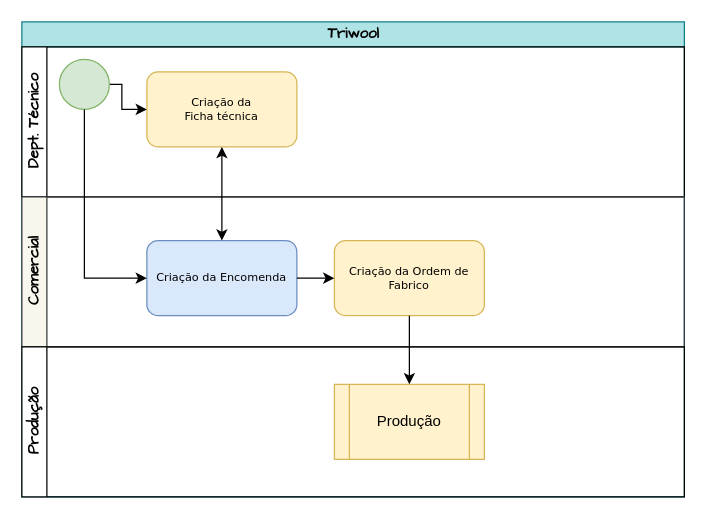
This is FichaTecnica_Triwool.drawio from cajolee73/cajolee73, a draw.io file, before an edit. Source tidied: cells renumbered, new cells numbered last; positions are measured from the earlier drawing's top-left corner, leaving out a move shared by most shapes. Both pictures are drawn from the tidied source at 125%, with x=0, y=0 at pixel (21, 21).
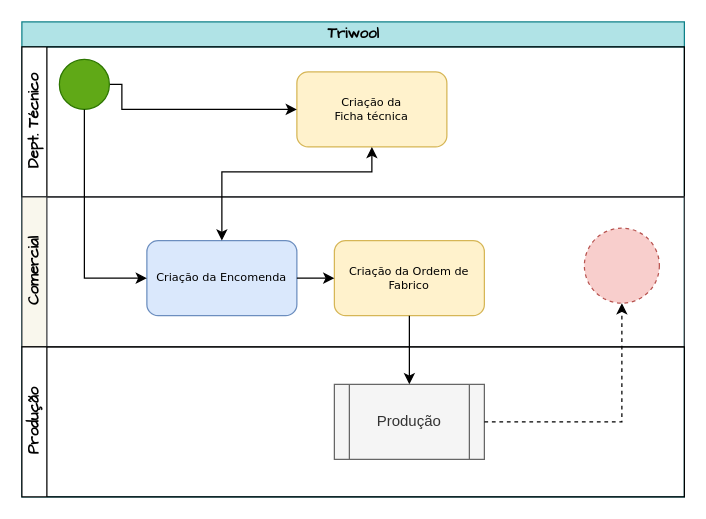
The same page after the edit.

The change refers to these unchanged cells:
```xml
<mxCell id="2" value="Triwool" style="swimlane;horizontal=1;startSize=20;html=1;hachureGap=4;fontFamily=Architects Daughter;fillColor=#b0e3e6;strokeColor=#0e8088;sketchStyle=rough;" parent="1" vertex="1">
  <mxGeometry width="530" height="380" as="geometry" />
</mxCell>
<mxCell id="3" value="Dept. Técnico" style="swimlane;startSize=20;horizontal=0;html=1;hachureGap=4;fontFamily=Architects Daughter;sketchStyle=rough;" parent="2" vertex="1">
  <mxGeometry y="20" width="530" height="120" as="geometry" />
</mxCell>
<mxCell id="7" value="Comercial" style="swimlane;startSize=20;horizontal=0;html=1;hachureGap=4;fontFamily=Architects Daughter;sketchStyle=rough;fillColor=#f9f7ed;strokeColor=#36393d;" parent="2" vertex="1">
  <mxGeometry y="140" width="530" height="120" as="geometry" />
</mxCell>
<mxCell id="8" value="Criação da Encomenda" style="whiteSpace=wrap;html=1;fontSize=9;fontFamily=Verdana;fillColor=#dae8fc;strokeColor=#6c8ebf;rounded=1;hachureGap=4;fillStyle=solid;sketchStyle=rough;" parent="7" vertex="1">
  <mxGeometry x="100" y="35" width="120" height="60" as="geometry" />
</mxCell>
<mxCell id="11" value="Produção" style="swimlane;startSize=20;horizontal=0;html=1;hachureGap=4;fontFamily=Architects Daughter;sketchStyle=rough;" parent="2" vertex="1">
  <mxGeometry y="260" width="530" height="120" as="geometry" />
</mxCell>
```

The edit, as a diff of the source:
```diff
@@
     <mxCell id="4" value="Criação da&lt;div&gt;Ficha técnica&lt;/div&gt;" style="rounded=1;whiteSpace=wrap;hachureGap=4;fontFamily=Verdana;fillColor=#fff2cc;strokeColor=#d6b656;fillStyle=solid;sketchStyle=rough;html=1;fontSize=9;" parent="3" vertex="1">
-      <mxGeometry x="100" y="20" width="120" height="60" as="geometry" />
+      <mxGeometry x="220" y="20" width="120" height="60" as="geometry" />
     </mxCell>
@@
-    <mxCell id="6" style="ellipse;whiteSpace=wrap;html=1;fillColor=#d5e8d4;strokeColor=#82b366;" parent="3" vertex="1">
+    <mxCell id="6" style="ellipse;whiteSpace=wrap;html=1;fillColor=#60a917;strokeColor=#2D7600;fontColor=#ffffff;" parent="3" vertex="1">
       <mxGeometry x="30" y="10" width="40" height="40" as="geometry" />
     </mxCell>
@@
+    <mxCell id="16" style="ellipse;whiteSpace=wrap;html=1;dashed=1;fillColor=#f8cecc;strokeColor=#b85450;" parent="7" vertex="1">
+      <mxGeometry x="450" y="25" width="60" height="60" as="geometry" />
+    </mxCell>
@@
-    <mxCell id="12" value="Produção" style="shape=process;whiteSpace=wrap;html=1;backgroundOutline=1;fillColor=#fff2cc;strokeColor=#d6b656;" parent="11" vertex="1">
+    <mxCell id="12" value="Produção" style="shape=process;whiteSpace=wrap;html=1;backgroundOutline=1;fillColor=#f5f5f5;strokeColor=#666666;fontColor=#333333;" parent="11" vertex="1">
       <mxGeometry x="250" y="30" width="120" height="60" as="geometry" />
     </mxCell>
-    <mxCell id="13" style="endArrow=classic;startArrow=classic;html=1;rounded=0;entryX=0.5;entryY=1;entryDx=0;entryDy=0;exitX=0.5;exitY=0;exitDx=0;exitDy=0;" parent="2" edge="1" source="8" target="4">
-      <mxGeometry relative="1" as="geometry" />
-    </mxCell>
@@
+    <mxCell id="17" style="endArrow=classic;dashed=1;html=1;rounded=0;exitX=1;exitY=0.5;exitDx=0;exitDy=0;endFill=1;startArrow=none;startFill=0;" parent="2" edge="1" source="12" target="16">
+      <mxGeometry relative="1" as="geometry">
+        <Array as="points">
+          <mxPoint x="480" y="320" />
+        </Array>
+      </mxGeometry>
+    </mxCell>
+    <mxCell id="18" style="edgeStyle=orthogonalEdgeStyle;rounded=0;jettySize=auto;html=1;entryX=0.5;entryY=0;entryDx=0;entryDy=0;endArrow=classic;endFill=1;startArrow=classic;startFill=1;" parent="2" edge="1" source="4" target="8">
+      <mxGeometry relative="1" as="geometry">
+        <Array as="points">
+          <mxPoint x="280" y="120" />
+          <mxPoint x="160" y="120" />
+        </Array>
+      </mxGeometry>
+    </mxCell>
```
